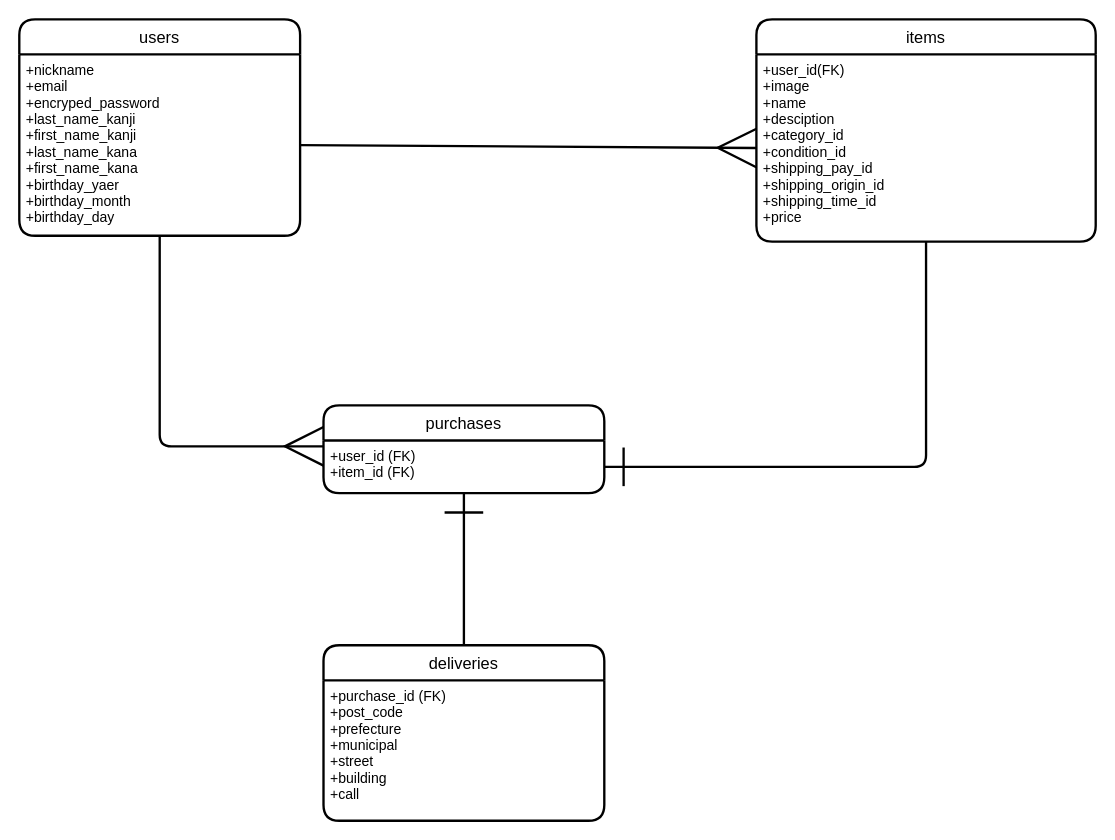
This is er.dio from kimu805/furima-41320, a draw.io file, before an edit. Source tidied: cells renumbered, new cells numbered last; positions are measured from the earlier drawing's top-left corner, leaving out a move shared by most shapes. Both pictures are drawn from the tidied source at 117%, with x=0, y=0 at pixel (19, 19).
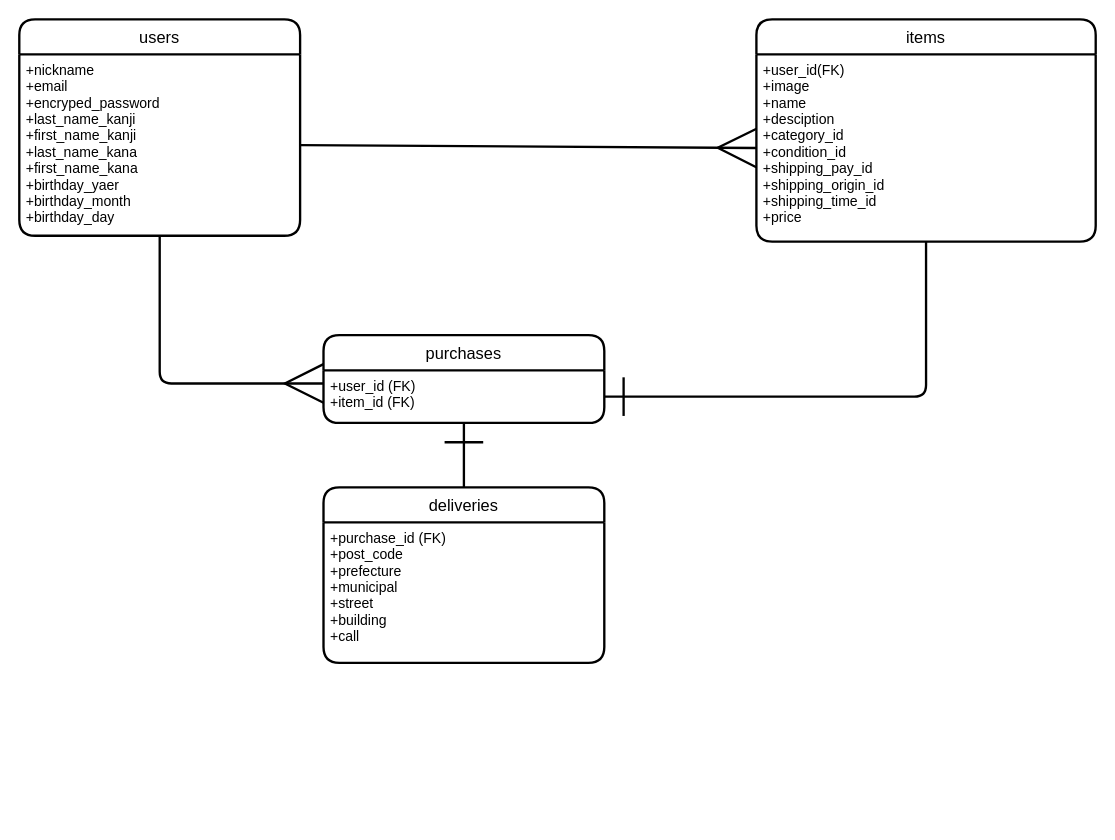
The same diagram, later.

The edit, as a diff of the source:
```diff
@@
 <mxGraphModel>
   <root>
     <mxCell id="0" />
     <mxCell id="1" parent="0" />
     <mxCell id="2" value="users" style="swimlane;horizontal=1;startSize=30;rounded=1;fontSize=14;fontStyle=0;strokeWidth=2;shadow=0;dashed=0;align=center;" parent="1" vertex="1">
       <mxGeometry width="240" height="185" as="geometry" />
     </mxCell>
     <mxCell id="3" value="+nickname&#10;+email&#10;+encryped_password&#10;+last_name_kanji&#10;+first_name_kanji&#10;+last_name_kana&#10;+first_name_kana&#10;+birthday_yaer&#10;+birthday_month&#10;+birthday_day" style="align=left;strokeColor=none;fillColor=none;spacingLeft=4;fontSize=12;verticalAlign=top;" parent="2" vertex="1">
       <mxGeometry y="30" width="240" height="155" as="geometry" />
     </mxCell>
     <mxCell id="4" value="items" style="swimlane;horizontal=1;startSize=30;rounded=1;fontSize=14;fontStyle=0;strokeWidth=2;shadow=0;dashed=0;align=center;" parent="1" vertex="1">
       <mxGeometry x="630" width="290" height="190" as="geometry" />
     </mxCell>
     <mxCell id="5" value="+user_id(FK)&#10;+image&#10;+name&#10;+desciption&#10;+category_id&#10;+condition_id&#10;+shipping_pay_id&#10;+shipping_origin_id&#10;+shipping_time_id&#10;+price" style="align=left;strokeColor=none;fillColor=none;spacingLeft=4;fontSize=12;verticalAlign=top;" parent="4" vertex="1">
       <mxGeometry y="30" width="290" height="160" as="geometry" />
     </mxCell>
     <mxCell id="6" value="purchases" style="swimlane;horizontal=1;startSize=30;rounded=1;fontSize=14;fontStyle=0;strokeWidth=2;shadow=0;dashed=0;align=center;" parent="1" vertex="1">
-      <mxGeometry x="260" y="330" width="240" height="75" as="geometry" />
+      <mxGeometry x="260" y="270" width="240" height="75" as="geometry" />
     </mxCell>
     <mxCell id="7" value="+user_id (FK)&#10;+item_id (FK)" style="align=left;strokeColor=none;fillColor=none;spacingLeft=4;fontSize=12;verticalAlign=top;" parent="6" vertex="1">
       <mxGeometry y="30" width="240" height="45" as="geometry" />
     </mxCell>
     <mxCell id="8" value="deliveries" style="swimlane;horizontal=1;startSize=30;rounded=1;fontSize=14;fontStyle=0;strokeWidth=2;shadow=0;dashed=0;align=center;" parent="1" vertex="1">
-      <mxGeometry x="260" y="535" width="240" height="150" as="geometry" />
+      <mxGeometry x="260" y="400" width="240" height="150" as="geometry" />
     </mxCell>
     <mxCell id="9" value="+purchase_id (FK)&#10;+post_code&#10;+prefecture&#10;+municipal&#10;+street&#10;+building&#10;+call" style="align=left;strokeColor=none;fillColor=none;spacingLeft=4;fontSize=12;verticalAlign=top;" parent="8" vertex="1">
       <mxGeometry y="30" width="240" height="120" as="geometry" />
     </mxCell>
-    <mxCell id="10" style="edgeStyle=orthogonalEdgeStyle;fontSize=12;html=1;endArrow=ERmany;exitX=0.5;exitY=1;exitDx=0;exitDy=0;strokeWidth=2;targetPerimeterSpacing=0;endSize=30;" parent="1" edge="1" source="3">
+    <mxCell id="10" style="edgeStyle=orthogonalEdgeStyle;fontSize=12;html=1;endArrow=ERmany;exitX=0.5;exitY=1;exitDx=0;exitDy=0;strokeWidth=2;targetPerimeterSpacing=0;endSize=30;entryX=0;entryY=0.25;entryDx=0;entryDy=0;" parent="1" edge="1" source="3" target="7">
       <mxGeometry relative="1" as="geometry">
-        <mxPoint x="260" y="365" as="targetPoint" />
         <Array as="points">
-          <mxPoint x="120" y="365" />
+          <mxPoint x="120" y="311" />
         </Array>
       </mxGeometry>
     </mxCell>
     <mxCell id="11" style="fontSize=12;html=1;endArrow=ERmany;strokeWidth=2;endSize=30;targetPerimeterSpacing=0;exitX=1;exitY=0.5;exitDx=0;exitDy=0;entryX=0;entryY=0.5;entryDx=0;entryDy=0;" parent="1" edge="1" source="3" target="5">
       <mxGeometry relative="1" as="geometry" />
     </mxCell>
     <mxCell id="12" style="edgeStyle=orthogonalEdgeStyle;fontSize=12;html=1;endArrow=ERone;endFill=1;strokeWidth=2;endSize=30;targetPerimeterSpacing=0;exitX=0.5;exitY=1;exitDx=0;exitDy=0;entryX=1;entryY=0.5;entryDx=0;entryDy=0;" parent="1" edge="1" source="5" target="7">
       <mxGeometry relative="1" as="geometry" />
     </mxCell>
     <mxCell id="13" style="fontSize=12;html=1;endArrow=ERone;endFill=1;strokeWidth=2;endSize=30;targetPerimeterSpacing=0;entryX=0.5;entryY=1;entryDx=0;entryDy=0;exitX=0.5;exitY=0;exitDx=0;exitDy=0;" parent="1" edge="1" source="8" target="7">
       <mxGeometry relative="1" as="geometry" />
     </mxCell>
   </root>
 </mxGraphModel>
```
